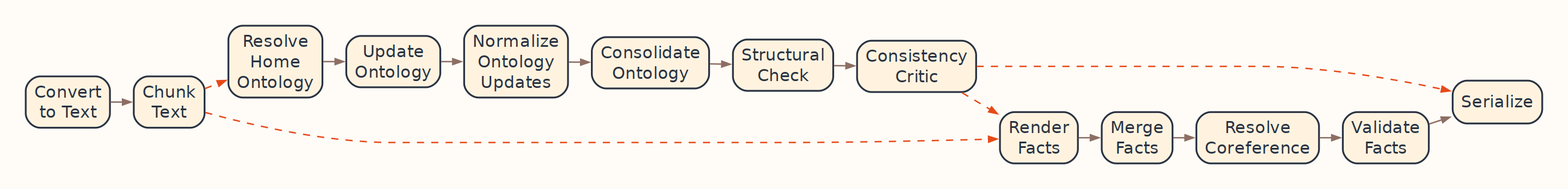
The Mermaid diagram docs/assets/graph.lr.png in growgraph/ontocast, before a commit. Its source is kept beside it as docs/assets/graph.mmd.
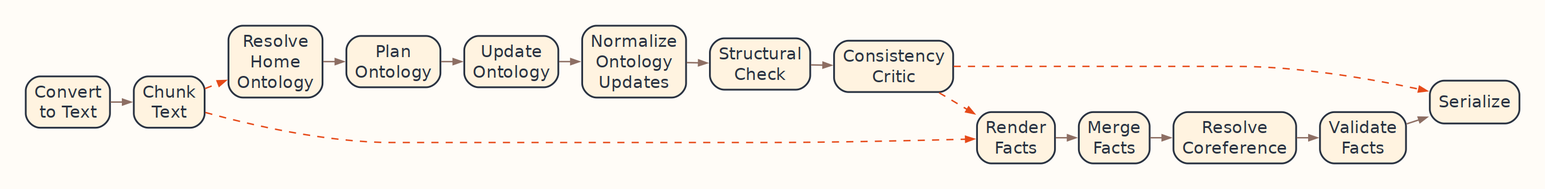
Later version of the same file.

Change to the diagram source:
```diff
@@ -19,9 +19,9 @@
 	Convert\20to\20Text(Convert to Text)
 	Chunk\20Text(Chunk Text)
 	Resolve\20Home\20Ontology(Resolve Home Ontology)
+	Plan\20Ontology(Plan Ontology)
 	Update\20Ontology(Update Ontology)
 	Normalize\20Ontology\20Updates(Normalize Ontology Updates)
-	Consolidate\20Ontology(Consolidate Ontology)
 	Render\20Facts(Render Facts)
 	Merge\20Facts(Merge Facts)
 	Resolve\20Coreference(Resolve Coreference)
@@ -34,13 +34,13 @@
 	Chunk\20Text -.-> Resolve\20Home\20Ontology;
 	Consistency\20Critic -.-> Render\20Facts;
 	Consistency\20Critic -.-> Serialize;
-	Consolidate\20Ontology --> Structural\20Check;
 	Convert\20to\20Text --> Chunk\20Text;
 	Merge\20Facts --> Resolve\20Coreference;
-	Normalize\20Ontology\20Updates --> Consolidate\20Ontology;
+	Normalize\20Ontology\20Updates --> Structural\20Check;
+	Plan\20Ontology --> Update\20Ontology;
 	Render\20Facts --> Merge\20Facts;
 	Resolve\20Coreference --> Validate\20Facts;
-	Resolve\20Home\20Ontology --> Update\20Ontology;
+	Resolve\20Home\20Ontology --> Plan\20Ontology;
 	Structural\20Check --> Consistency\20Critic;
 	Update\20Ontology --> Normalize\20Ontology\20Updates;
 	Validate\20Facts --> Serialize;
```
